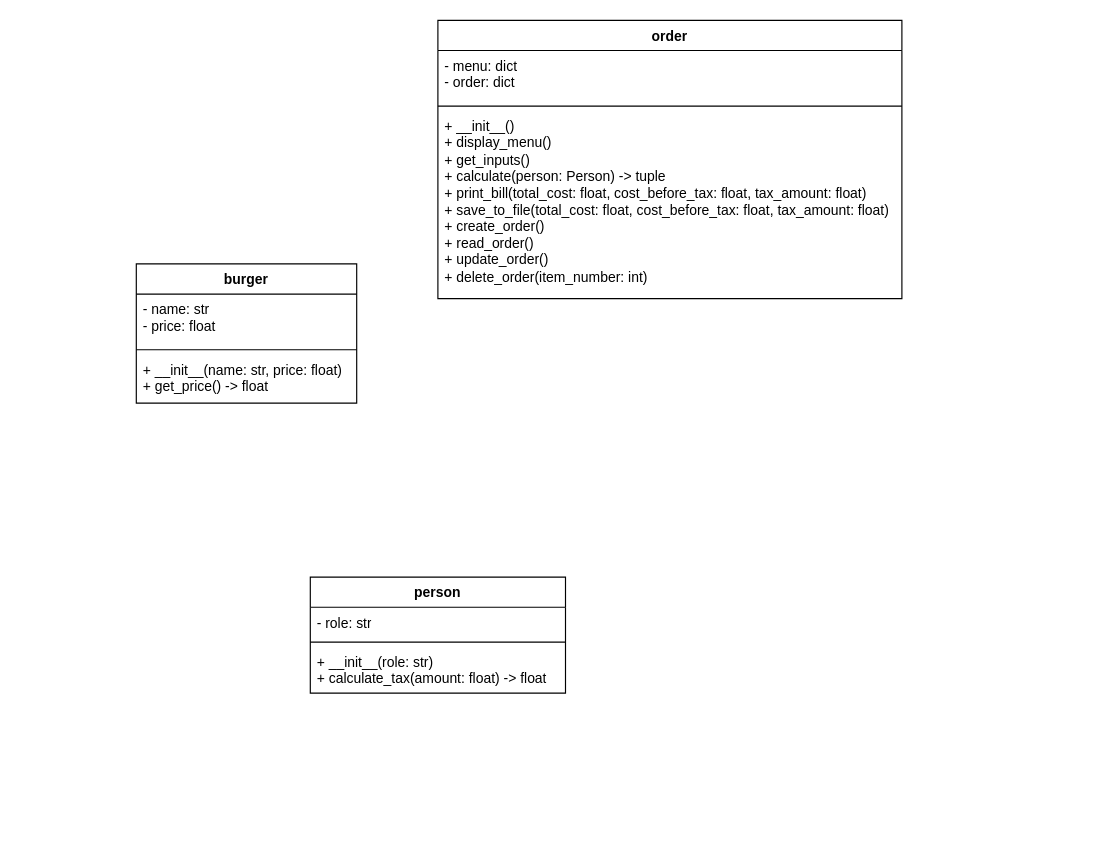
This is 未命名绘图.drawio from trista229/DSATeam1, a draw.io file, before an edit. Source tidied: cells renumbered, new cells numbered last; positions are measured from the earlier drawing's top-left corner, leaving out a move shared by most shapes. Both pictures are drawn from the tidied source at 116%, with x=0, y=0 at pixel (136, 20).
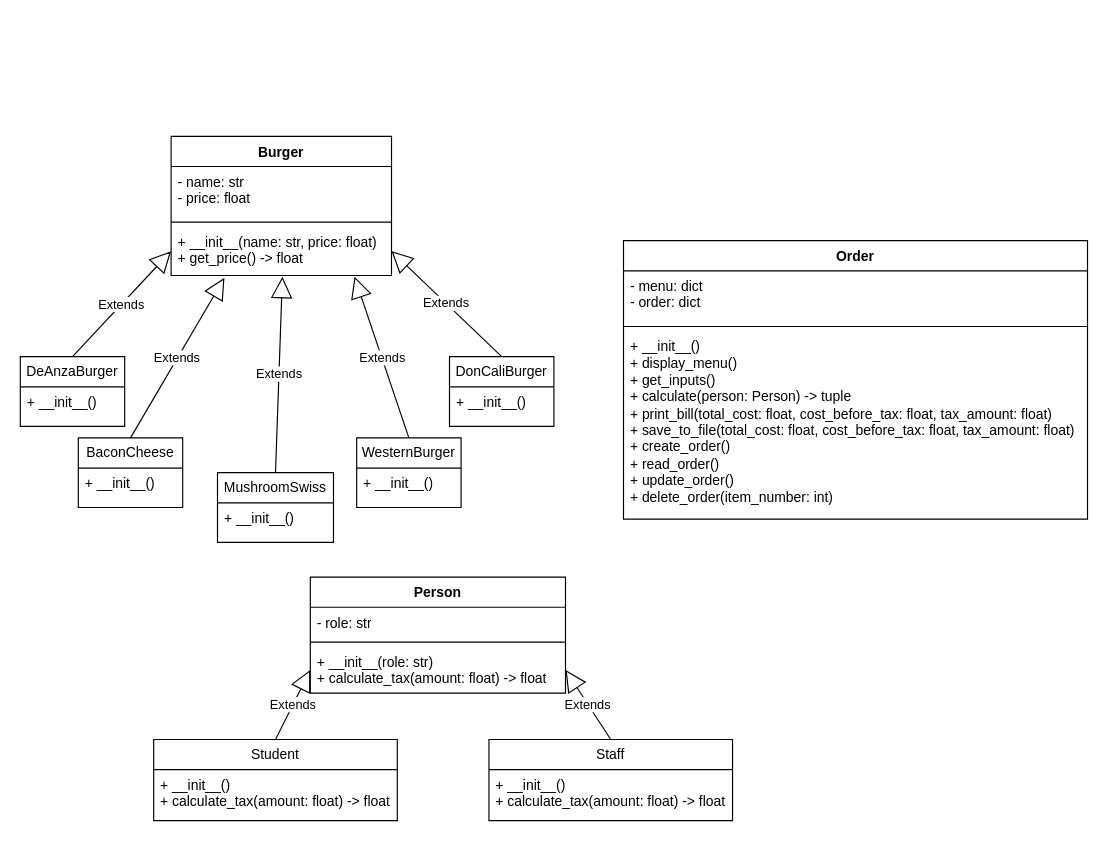
The same page after the edit.

Commit message (it also covers changes not shown here):
更新未命名绘图.drawio

The change refers to these unchanged cells:
```xml
<mxCell id="5" value="+&amp;nbsp;&lt;span style=&quot;background-color: initial;&quot;&gt;__init__(name: str, price: float)&amp;nbsp;&lt;/span&gt;&lt;div&gt;+ get_price() -&amp;gt; float&lt;/div&gt;" style="text;strokeColor=none;fillColor=none;align=left;verticalAlign=top;spacingLeft=4;spacingRight=4;overflow=hidden;points=[[0,0.5],[1,0.5]];portConstraint=eastwest;whiteSpace=wrap;html=1;" parent="2" vertex="1">
  <mxGeometry y="78" width="190" height="42" as="geometry" />
</mxCell>
<mxCell id="13" value="+&amp;nbsp;&lt;span style=&quot;background-color: initial;&quot;&gt;__init__(role: str)&lt;/span&gt;&lt;div&gt;+ calculate_tax(amount: float) -&amp;gt; float&lt;/div&gt;" style="text;strokeColor=none;fillColor=none;align=left;verticalAlign=top;spacingLeft=4;spacingRight=4;overflow=hidden;points=[[0,0.5],[1,0.5]];portConstraint=eastwest;whiteSpace=wrap;html=1;" parent="10" vertex="1">
  <mxGeometry y="60" width="220" height="40" as="geometry" />
</mxCell>
```

What changed in the source:
```diff
@@
-    <mxCell id="2" value="burger" style="swimlane;fontStyle=1;align=center;verticalAlign=top;horizontal=1;startSize=26;whiteSpace=wrap;html=1;" parent="1" vertex="1">
-      <mxGeometry y="210" width="190" height="120" as="geometry" />
+    <mxCell id="2" value="Burger" style="swimlane;fontStyle=1;align=center;verticalAlign=top;horizontal=1;startSize=26;whiteSpace=wrap;html=1;" parent="1" vertex="1">
+      <mxGeometry x="30" y="100" width="190" height="120" as="geometry" />
     </mxCell>
@@
-    <mxCell id="6" value="order" style="swimlane;fontStyle=1;align=center;verticalAlign=top;horizontal=1;startSize=26;whiteSpace=wrap;html=1;" parent="1" vertex="1">
-      <mxGeometry x="260" width="400" height="240" as="geometry" />
+    <mxCell id="6" value="Order" style="swimlane;fontStyle=1;align=center;verticalAlign=top;horizontal=1;startSize=26;whiteSpace=wrap;html=1;" parent="1" vertex="1">
+      <mxGeometry x="420" y="190" width="400" height="240" as="geometry" />
     </mxCell>
@@
-    <mxCell id="10" value="person" style="swimlane;fontStyle=1;align=center;verticalAlign=top;horizontal=1;startSize=26;whiteSpace=wrap;html=1;" parent="1" vertex="1">
+    <mxCell id="10" value="Person" style="swimlane;fontStyle=1;align=center;verticalAlign=top;horizontal=1;startSize=26;whiteSpace=wrap;html=1;" parent="1" vertex="1">
       <mxGeometry x="150" y="480" width="220" height="100" as="geometry" />
     </mxCell>
@@
+    <mxCell id="14" value="Student" style="swimlane;fontStyle=0;horizontal=1;startSize=26;fillColor=none;whiteSpace=wrap;html=1;" parent="1" vertex="1">
+      <mxGeometry x="15" y="620" width="210" height="70" as="geometry" />
+    </mxCell>
+    <mxCell id="15" value="+ __init__()&lt;div&gt;+ calculate_tax(amount: float) -&amp;gt; float&lt;br&gt;&lt;/div&gt;" style="text;strokeColor=none;fillColor=none;align=left;verticalAlign=top;spacingLeft=4;spacingRight=4;overflow=hidden;whiteSpace=wrap;html=1;" parent="14" vertex="1">
+      <mxGeometry y="26" width="210" height="44" as="geometry" />
+    </mxCell>
+    <mxCell id="16" value="Staff" style="swimlane;fontStyle=0;horizontal=1;startSize=26;fillColor=none;whiteSpace=wrap;html=1;" parent="1" vertex="1">
+      <mxGeometry x="304" y="620" width="210" height="70" as="geometry" />
+    </mxCell>
+    <mxCell id="17" value="+ __init__()&lt;div&gt;+ calculate_tax(amount: float) -&amp;gt; float&lt;br&gt;&lt;/div&gt;" style="text;strokeColor=none;fillColor=none;align=left;verticalAlign=top;spacingLeft=4;spacingRight=4;overflow=hidden;whiteSpace=wrap;html=1;" parent="16" vertex="1">
+      <mxGeometry y="26" width="210" height="44" as="geometry" />
+    </mxCell>
+    <mxCell id="18" value="DeAnzaBurger" style="swimlane;fontStyle=0;horizontal=1;startSize=26;fillColor=none;whiteSpace=wrap;html=1;" parent="1" vertex="1">
+      <mxGeometry x="-100" y="290" width="90" height="60" as="geometry" />
+    </mxCell>
+    <mxCell id="19" value="+ __init__()" style="text;strokeColor=none;fillColor=none;align=left;verticalAlign=top;spacingLeft=4;spacingRight=4;overflow=hidden;whiteSpace=wrap;html=1;" parent="18" vertex="1">
+      <mxGeometry y="26" width="90" height="34" as="geometry" />
+    </mxCell>
+    <mxCell id="20" value="BaconCheese" style="swimlane;fontStyle=0;horizontal=1;startSize=26;fillColor=none;whiteSpace=wrap;html=1;" parent="1" vertex="1">
+      <mxGeometry x="-50" y="360" width="90" height="60" as="geometry" />
+    </mxCell>
+    <mxCell id="21" value="+ __init__()" style="text;strokeColor=none;fillColor=none;align=left;verticalAlign=top;spacingLeft=4;spacingRight=4;overflow=hidden;whiteSpace=wrap;html=1;" parent="20" vertex="1">
+      <mxGeometry y="26" width="90" height="34" as="geometry" />
+    </mxCell>
+    <mxCell id="22" value="MushroomSwiss" style="swimlane;fontStyle=0;horizontal=1;startSize=26;fillColor=none;whiteSpace=wrap;html=1;" parent="1" vertex="1">
+      <mxGeometry x="70" y="390" width="100" height="60" as="geometry" />
+    </mxCell>
+    <mxCell id="23" value="+ __init__()" style="text;strokeColor=none;fillColor=none;align=left;verticalAlign=top;spacingLeft=4;spacingRight=4;overflow=hidden;whiteSpace=wrap;html=1;" parent="22" vertex="1">
+      <mxGeometry y="26" width="100" height="34" as="geometry" />
+    </mxCell>
+    <mxCell id="24" value="WesternBurger" style="swimlane;fontStyle=0;horizontal=1;startSize=26;fillColor=none;whiteSpace=wrap;html=1;" parent="1" vertex="1">
+      <mxGeometry x="190" y="360" width="90" height="60" as="geometry" />
+    </mxCell>
+    <mxCell id="25" value="+ __init__()" style="text;strokeColor=none;fillColor=none;align=left;verticalAlign=top;spacingLeft=4;spacingRight=4;overflow=hidden;whiteSpace=wrap;html=1;" parent="24" vertex="1">
+      <mxGeometry y="26" width="90" height="34" as="geometry" />
+    </mxCell>
+    <mxCell id="26" value="DonCaliBurger" style="swimlane;fontStyle=0;horizontal=1;startSize=26;fillColor=none;whiteSpace=wrap;html=1;" parent="1" vertex="1">
+      <mxGeometry x="270" y="290" width="90" height="60" as="geometry" />
+    </mxCell>
+    <mxCell id="27" value="+ __init__()" style="text;strokeColor=none;fillColor=none;align=left;verticalAlign=top;spacingLeft=4;spacingRight=4;overflow=hidden;whiteSpace=wrap;html=1;" parent="26" vertex="1">
+      <mxGeometry y="26" width="90" height="34" as="geometry" />
+    </mxCell>
+    <mxCell id="28" value="Extends" style="endArrow=block;endSize=16;endFill=0;html=1;rounded=0;exitX=0.5;exitY=0;exitDx=0;exitDy=0;entryX=0;entryY=0.5;entryDx=0;entryDy=0;" parent="1" edge="1" source="18" target="5">
+      <mxGeometry relative="1" as="geometry" />
+    </mxCell>
+    <mxCell id="29" value="Extends" style="endArrow=block;endSize=16;endFill=0;html=1;rounded=0;exitX=0.5;exitY=0;exitDx=0;exitDy=0;entryX=0.242;entryY=1.048;entryDx=0;entryDy=0;entryPerimeter=0;" parent="1" edge="1" source="20" target="5">
+      <mxGeometry relative="1" as="geometry" />
+    </mxCell>
+    <mxCell id="30" value="Extends" style="endArrow=block;endSize=16;endFill=0;html=1;rounded=0;exitX=0.5;exitY=0;exitDx=0;exitDy=0;entryX=0.505;entryY=1.024;entryDx=0;entryDy=0;entryPerimeter=0;" parent="1" edge="1" source="22" target="5">
+      <mxGeometry relative="1" as="geometry" />
+    </mxCell>
+    <mxCell id="31" value="Extends" style="endArrow=block;endSize=16;endFill=0;html=1;rounded=0;entryX=0.832;entryY=1.024;entryDx=0;entryDy=0;entryPerimeter=0;exitX=0.5;exitY=0;exitDx=0;exitDy=0;" parent="1" edge="1" source="24" target="5">
+      <mxGeometry relative="1" as="geometry" />
+    </mxCell>
+    <mxCell id="32" value="Extends" style="endArrow=block;endSize=16;endFill=0;html=1;rounded=0;exitX=0.5;exitY=0;exitDx=0;exitDy=0;entryX=1;entryY=0.5;entryDx=0;entryDy=0;" parent="1" edge="1" source="26" target="5">
+      <mxGeometry relative="1" as="geometry" />
+    </mxCell>
+    <mxCell id="33" value="Extends" style="endArrow=block;endSize=16;endFill=0;html=1;rounded=0;exitX=0.5;exitY=0;exitDx=0;exitDy=0;entryX=0;entryY=0.5;entryDx=0;entryDy=0;" parent="1" edge="1" source="14" target="13">
+      <mxGeometry relative="1" as="geometry" />
+    </mxCell>
+    <mxCell id="34" value="Extends" style="endArrow=block;endSize=16;endFill=0;html=1;rounded=0;exitX=0.5;exitY=0;exitDx=0;exitDy=0;entryX=1;entryY=0.5;entryDx=0;entryDy=0;" parent="1" edge="1" source="16" target="13">
+      <mxGeometry relative="1" as="geometry" />
+    </mxCell>
```
